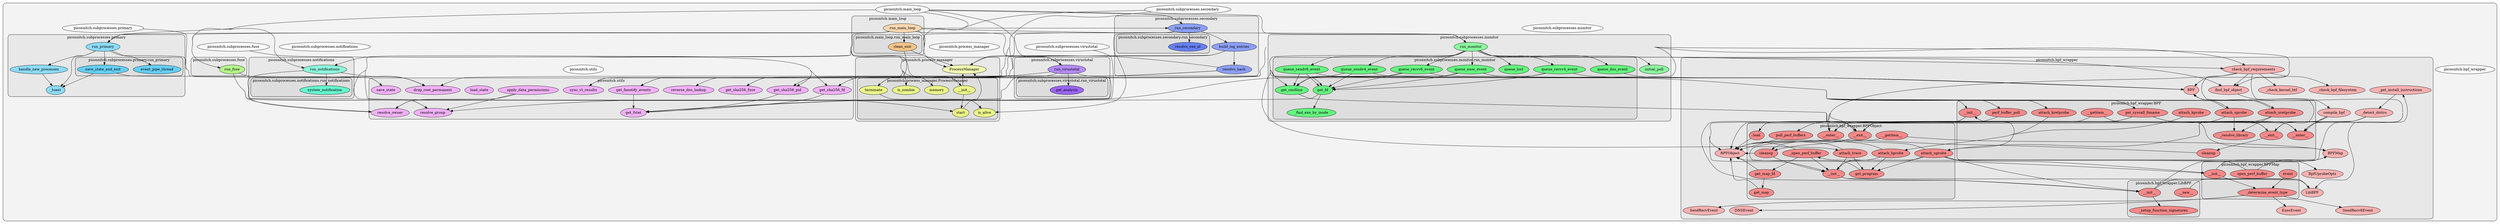
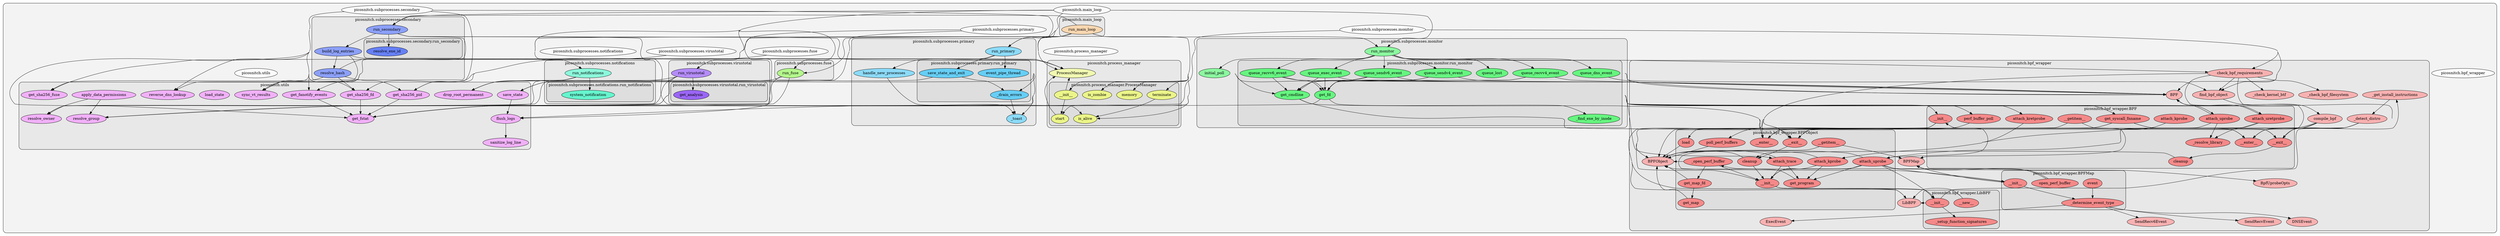
digraph G {
    graph [rankdir=TB, ranksep=0.5, layout=dot, concentrate=true, clusterrank="local"];
    subgraph "cluster_G" {

        graph [style="filled,rounded", fillcolor="#80808018", label=""];
        "picosnitch__bpf_wrapper" [label="picosnitch.bpf_wrapper", style="filled", fillcolor="#ffffffb2", fontcolor="#000000", group="0"];
        "picosnitch__main_loop" [label="picosnitch.main_loop", style="filled", fillcolor="#ffffffb2", fontcolor="#000000", group="1"];
        "picosnitch__process_manager" [label="picosnitch.process_manager", style="filled", fillcolor="#ffffffb2", fontcolor="#000000", group="2"];
        "picosnitch__subprocesses__fuse" [label="picosnitch.subprocesses.fuse", style="filled", fillcolor="#ffffffb2", fontcolor="#000000", group="3"];
        "picosnitch__subprocesses__monitor" [label="picosnitch.subprocesses.monitor", style="filled", fillcolor="#ffffffb2", fontcolor="#000000", group="4"];
        "picosnitch__subprocesses__notifications" [label="picosnitch.subprocesses.notifications", style="filled", fillcolor="#ffffffb2", fontcolor="#000000", group="5"];
        "picosnitch__subprocesses__primary" [label="picosnitch.subprocesses.primary", style="filled", fillcolor="#ffffffb2", fontcolor="#000000", group="6"];
        "picosnitch__subprocesses__secondary" [label="picosnitch.subprocesses.secondary", style="filled", fillcolor="#ffffffb2", fontcolor="#000000", group="7"];
        "picosnitch__subprocesses__virustotal" [label="picosnitch.subprocesses.virustotal", style="filled", fillcolor="#ffffffb2", fontcolor="#000000", group="8"];
        "picosnitch__utils" [label="picosnitch.utils", style="filled", fillcolor="#ffffffb2", fontcolor="#000000", group="9"];
        subgraph "cluster_picosnitch__bpf_wrapper" {

            graph [style="filled,rounded", fillcolor="#80808018", label="picosnitch.bpf_wrapper"];
            "picosnitch__bpf_wrapper__BPF" [label="BPF", style="filled", fillcolor="#ff9999b2", fontcolor="#000000", group="0"];
            "picosnitch__bpf_wrapper__BPFMap" [label="BPFMap", style="filled", fillcolor="#ff9999b2", fontcolor="#000000", group="0"];
            "picosnitch__bpf_wrapper__BPFObject" [label="BPFObject", style="filled", fillcolor="#ff9999b2", fontcolor="#000000", group="0"];
            "picosnitch__bpf_wrapper__BpfUprobeOpts" [label="BpfUprobeOpts", style="filled", fillcolor="#ff9999b2", fontcolor="#000000", group="0"];
            "picosnitch__bpf_wrapper__DNSEvent" [label="DNSEvent", style="filled", fillcolor="#ff9999b2", fontcolor="#000000", group="0"];
            "picosnitch__bpf_wrapper__ExecEvent" [label="ExecEvent", style="filled", fillcolor="#ff9999b2", fontcolor="#000000", group="0"];
            "picosnitch__bpf_wrapper__LibBPF" [label="LibBPF", style="filled", fillcolor="#ff9999b2", fontcolor="#000000", group="0"];
            "picosnitch__bpf_wrapper__SendRecv6Event" [label="SendRecv6Event", style="filled", fillcolor="#ff9999b2", fontcolor="#000000", group="0"];
            "picosnitch__bpf_wrapper__SendRecvEvent" [label="SendRecvEvent", style="filled", fillcolor="#ff9999b2", fontcolor="#000000", group="0"];
            "picosnitch__bpf_wrapper___check_bpf_filesystem" [label="_check_bpf_filesystem", style="filled", fillcolor="#ff9999b2", fontcolor="#000000", group="0"];
            "picosnitch__bpf_wrapper___check_kernel_btf" [label="_check_kernel_btf", style="filled", fillcolor="#ff9999b2", fontcolor="#000000", group="0"];
            "picosnitch__bpf_wrapper___detect_distro" [label="_detect_distro", style="filled", fillcolor="#ff9999b2", fontcolor="#000000", group="0"];
            "picosnitch__bpf_wrapper___get_install_instructions" [label="_get_install_instructions", style="filled", fillcolor="#ff9999b2", fontcolor="#000000", group="0"];
            "picosnitch__bpf_wrapper__check_bpf_requirements" [label="check_bpf_requirements", style="filled", fillcolor="#ff9999b2", fontcolor="#000000", group="0"];
            "picosnitch__bpf_wrapper__compile_bpf" [label="compile_bpf", style="filled", fillcolor="#ff9999b2", fontcolor="#000000", group="0"];
            "picosnitch__bpf_wrapper__find_bpf_object" [label="find_bpf_object", style="filled", fillcolor="#ff9999b2", fontcolor="#000000", group="0"];
            subgraph "cluster_picosnitch__bpf_wrapper__BPF" {

                graph [style="filled,rounded", fillcolor="#80808018", label="picosnitch.bpf_wrapper.BPF"];
                "picosnitch__bpf_wrapper__BPF____enter__" [label="__enter__", style="filled", fillcolor="#ff6565b2", fontcolor="#000000", group="0"];
                "picosnitch__bpf_wrapper__BPF____exit__" [label="__exit__", style="filled", fillcolor="#ff6565b2", fontcolor="#000000", group="0"];
                "picosnitch__bpf_wrapper__BPF____getitem__" [label="__getitem__", style="filled", fillcolor="#ff6565b2", fontcolor="#000000", group="0"];
                "picosnitch__bpf_wrapper__BPF____init__" [label="__init__", style="filled", fillcolor="#ff6565b2", fontcolor="#000000", group="0"];
                "picosnitch__bpf_wrapper__BPF___resolve_library" [label="_resolve_library", style="filled", fillcolor="#ff6565b2", fontcolor="#000000", group="0"];
                "picosnitch__bpf_wrapper__BPF__attach_kprobe" [label="attach_kprobe", style="filled", fillcolor="#ff6565b2", fontcolor="#000000", group="0"];
                "picosnitch__bpf_wrapper__BPF__attach_kretprobe" [label="attach_kretprobe", style="filled", fillcolor="#ff6565b2", fontcolor="#000000", group="0"];
                "picosnitch__bpf_wrapper__BPF__attach_uprobe" [label="attach_uprobe", style="filled", fillcolor="#ff6565b2", fontcolor="#000000", group="0"];
                "picosnitch__bpf_wrapper__BPF__attach_uretprobe" [label="attach_uretprobe", style="filled", fillcolor="#ff6565b2", fontcolor="#000000", group="0"];
                "picosnitch__bpf_wrapper__BPF__cleanup" [label="cleanup", style="filled", fillcolor="#ff6565b2", fontcolor="#000000", group="0"];
                "picosnitch__bpf_wrapper__BPF__get_syscall_fnname" [label="get_syscall_fnname", style="filled", fillcolor="#ff6565b2", fontcolor="#000000", group="0"];
                "picosnitch__bpf_wrapper__BPF__perf_buffer_poll" [label="perf_buffer_poll", style="filled", fillcolor="#ff6565b2", fontcolor="#000000", group="0"];
            }
            subgraph "cluster_picosnitch__bpf_wrapper__BPFMap" {

                graph [style="filled,rounded", fillcolor="#80808018", label="picosnitch.bpf_wrapper.BPFMap"];
                "picosnitch__bpf_wrapper__BPFMap____init__" [label="__init__", style="filled", fillcolor="#ff6565b2", fontcolor="#000000", group="0"];
                "picosnitch__bpf_wrapper__BPFMap___determine_event_type" [label="_determine_event_type", style="filled", fillcolor="#ff6565b2", fontcolor="#000000", group="0"];
                "picosnitch__bpf_wrapper__BPFMap__event" [label="event", style="filled", fillcolor="#ff6565b2", fontcolor="#000000", group="0"];
                "picosnitch__bpf_wrapper__BPFMap__open_perf_buffer" [label="open_perf_buffer", style="filled", fillcolor="#ff6565b2", fontcolor="#000000", group="0"];
            }
            subgraph "cluster_picosnitch__bpf_wrapper__BPFObject" {

                graph [style="filled,rounded", fillcolor="#80808018", label="picosnitch.bpf_wrapper.BPFObject"];
                "picosnitch__bpf_wrapper__BPFObject____enter__" [label="__enter__", style="filled", fillcolor="#ff6565b2", fontcolor="#000000", group="0"];
                "picosnitch__bpf_wrapper__BPFObject____exit__" [label="__exit__", style="filled", fillcolor="#ff6565b2", fontcolor="#000000", group="0"];
                "picosnitch__bpf_wrapper__BPFObject____getitem__" [label="__getitem__", style="filled", fillcolor="#ff6565b2", fontcolor="#000000", group="0"];
                "picosnitch__bpf_wrapper__BPFObject____init__" [label="__init__", style="filled", fillcolor="#ff6565b2", fontcolor="#000000", group="0"];
                "picosnitch__bpf_wrapper__BPFObject___open_perf_buffer" [label="_open_perf_buffer", style="filled", fillcolor="#ff6565b2", fontcolor="#000000", group="0"];
                "picosnitch__bpf_wrapper__BPFObject__attach_kprobe" [label="attach_kprobe", style="filled", fillcolor="#ff6565b2", fontcolor="#000000", group="0"];
                "picosnitch__bpf_wrapper__BPFObject__attach_trace" [label="attach_trace", style="filled", fillcolor="#ff6565b2", fontcolor="#000000", group="0"];
                "picosnitch__bpf_wrapper__BPFObject__attach_uprobe" [label="attach_uprobe", style="filled", fillcolor="#ff6565b2", fontcolor="#000000", group="0"];
                "picosnitch__bpf_wrapper__BPFObject__cleanup" [label="cleanup", style="filled", fillcolor="#ff6565b2", fontcolor="#000000", group="0"];
                "picosnitch__bpf_wrapper__BPFObject__get_map" [label="get_map", style="filled", fillcolor="#ff6565b2", fontcolor="#000000", group="0"];
                "picosnitch__bpf_wrapper__BPFObject__get_map_fd" [label="get_map_fd", style="filled", fillcolor="#ff6565b2", fontcolor="#000000", group="0"];
                "picosnitch__bpf_wrapper__BPFObject__get_program" [label="get_program", style="filled", fillcolor="#ff6565b2", fontcolor="#000000", group="0"];
                "picosnitch__bpf_wrapper__BPFObject__load" [label="load", style="filled", fillcolor="#ff6565b2", fontcolor="#000000", group="0"];
                "picosnitch__bpf_wrapper__BPFObject__poll_perf_buffers" [label="poll_perf_buffers", style="filled", fillcolor="#ff6565b2", fontcolor="#000000", group="0"];
            }
            subgraph "cluster_picosnitch__bpf_wrapper__LibBPF" {

                graph [style="filled,rounded", fillcolor="#80808018", label="picosnitch.bpf_wrapper.LibBPF"];
                "picosnitch__bpf_wrapper__LibBPF____init__" [label="__init__", style="filled", fillcolor="#ff6565b2", fontcolor="#000000", group="0"];
                "picosnitch__bpf_wrapper__LibBPF____new__" [label="__new__", style="filled", fillcolor="#ff6565b2", fontcolor="#000000", group="0"];
                "picosnitch__bpf_wrapper__LibBPF___setup_function_signatures" [label="_setup_function_signatures", style="filled", fillcolor="#ff6565b2", fontcolor="#000000", group="0"];
            }
        }
        subgraph "cluster_picosnitch__main_loop" {

            graph [style="filled,rounded", fillcolor="#80808018", label="picosnitch.main_loop"];
            "picosnitch__main_loop__run_main_loop" [label="run_main_loop", style="filled", fillcolor="#ffd099b2", fontcolor="#000000", group="1"];
-             subgraph "cluster_picosnitch__main_loop__run_main_loop" {
- 
-                 graph [style="filled,rounded", fillcolor="#80808018", label="picosnitch.main_loop.run_main_loop"];
-                 "picosnitch__main_loop__run_main_loop__clean_exit" [label="clean_exit", style="filled", fillcolor="#ffb965b2", fontcolor="#000000", group="1"];
-             }
        }
        subgraph "cluster_picosnitch__process_manager" {

            graph [style="filled,rounded", fillcolor="#80808018", label="picosnitch.process_manager"];
            "picosnitch__process_manager__ProcessManager" [label="ProcessManager", style="filled", fillcolor="#f5ff99b2", fontcolor="#000000", group="2"];
            subgraph "cluster_picosnitch__process_manager__ProcessManager" {

                graph [style="filled,rounded", fillcolor="#80808018", label="picosnitch.process_manager.ProcessManager"];
                "picosnitch__process_manager__ProcessManager____init__" [label="__init__", style="filled", fillcolor="#f1ff65b2", fontcolor="#000000", group="2"];
                "picosnitch__process_manager__ProcessManager__is_alive" [label="is_alive", style="filled", fillcolor="#f1ff65b2", fontcolor="#000000", group="2"];
                "picosnitch__process_manager__ProcessManager__is_zombie" [label="is_zombie", style="filled", fillcolor="#f1ff65b2", fontcolor="#000000", group="2"];
                "picosnitch__process_manager__ProcessManager__memory" [label="memory", style="filled", fillcolor="#f1ff65b2", fontcolor="#000000", group="2"];
                "picosnitch__process_manager__ProcessManager__start" [label="start", style="filled", fillcolor="#f1ff65b2", fontcolor="#000000", group="2"];
                "picosnitch__process_manager__ProcessManager__terminate" [label="terminate", style="filled", fillcolor="#f1ff65b2", fontcolor="#000000", group="2"];
            }
        }
        subgraph "cluster_picosnitch__subprocesses__fuse" {

            graph [style="filled,rounded", fillcolor="#80808018", label="picosnitch.subprocesses.fuse"];
            "picosnitch__subprocesses__fuse__run_fuse" [label="run_fuse", style="filled", fillcolor="#9dff65b2", fontcolor="#000000", group="3"];
        }
        subgraph "cluster_picosnitch__subprocesses__monitor" {

            graph [style="filled,rounded", fillcolor="#80808018", label="picosnitch.subprocesses.monitor"];
            "picosnitch__subprocesses__monitor__initial_poll" [label="initial_poll", style="filled", fillcolor="#65ff81b2", fontcolor="#000000", group="4"];
            "picosnitch__subprocesses__monitor__run_monitor" [label="run_monitor", style="filled", fillcolor="#65ff81b2", fontcolor="#000000", group="4"];
            subgraph "cluster_picosnitch__subprocesses__monitor__run_monitor" {

                graph [style="filled,rounded", fillcolor="#80808018", label="picosnitch.subprocesses.monitor.run_monitor"];
                "picosnitch__subprocesses__monitor__run_monitor___find_exe_by_inodeX" [label="_find_exe_by_inode", style="filled", fillcolor="#32ff58b2", fontcolor="#000000", group="4"];
                "picosnitch__subprocesses__monitor__run_monitor__get_cmdline" [label="get_cmdline", style="filled", fillcolor="#32ff58b2", fontcolor="#000000", group="4"];
                "picosnitch__subprocesses__monitor__run_monitor__get_fd" [label="get_fd", style="filled", fillcolor="#32ff58b2", fontcolor="#000000", group="4"];
                "picosnitch__subprocesses__monitor__run_monitor__queue_dns_event" [label="queue_dns_event", style="filled", fillcolor="#32ff58b2", fontcolor="#000000", group="4"];
                "picosnitch__subprocesses__monitor__run_monitor__queue_exec_event" [label="queue_exec_event", style="filled", fillcolor="#32ff58b2", fontcolor="#000000", group="4"];
                "picosnitch__subprocesses__monitor__run_monitor__queue_lost" [label="queue_lost", style="filled", fillcolor="#32ff58b2", fontcolor="#000000", group="4"];
                "picosnitch__subprocesses__monitor__run_monitor__queue_recvv4_event" [label="queue_recvv4_event", style="filled", fillcolor="#32ff58b2", fontcolor="#000000", group="4"];
                "picosnitch__subprocesses__monitor__run_monitor__queue_recvv6_event" [label="queue_recvv6_event", style="filled", fillcolor="#32ff58b2", fontcolor="#000000", group="4"];
                "picosnitch__subprocesses__monitor__run_monitor__queue_sendv4_event" [label="queue_sendv4_event", style="filled", fillcolor="#32ff58b2", fontcolor="#000000", group="4"];
                "picosnitch__subprocesses__monitor__run_monitor__queue_sendv6_event" [label="queue_sendv6_event", style="filled", fillcolor="#32ff58b2", fontcolor="#000000", group="4"];
            }
        }
        subgraph "cluster_picosnitch__subprocesses__notifications" {

            graph [style="filled,rounded", fillcolor="#80808018", label="picosnitch.subprocesses.notifications"];
            "picosnitch__subprocesses__notifications__run_notifications" [label="run_notifications", style="filled", fillcolor="#65ffd5b2", fontcolor="#000000", group="5"];
            subgraph "cluster_picosnitch__subprocesses__notifications__run_notifications" {

                graph [style="filled,rounded", fillcolor="#80808018", label="picosnitch.subprocesses.notifications.run_notifications"];
                "picosnitch__subprocesses__notifications__run_notifications__system_notification" [label="system_notification", style="filled", fillcolor="#32ffc7b2", fontcolor="#000000", group="5"];
            }
        }
        subgraph "cluster_picosnitch__subprocesses__primary" {

            graph [style="filled,rounded", fillcolor="#80808018", label="picosnitch.subprocesses.primary"];
            "picosnitch__subprocesses__primary___toast" [label="_toast", style="filled", fillcolor="#65d5ffb2", fontcolor="#000000", group="6"];
            "picosnitch__subprocesses__primary__handle_new_processes" [label="handle_new_processes", style="filled", fillcolor="#65d5ffb2", fontcolor="#000000", group="6"];
            "picosnitch__subprocesses__primary__run_primary" [label="run_primary", style="filled", fillcolor="#65d5ffb2", fontcolor="#000000", group="6"];
            subgraph "cluster_picosnitch__subprocesses__primary__run_primary" {

                graph [style="filled,rounded", fillcolor="#80808018", label="picosnitch.subprocesses.primary.run_primary"];
+                 "picosnitch__subprocesses__primary__run_primary___drain_errors" [label="_drain_errors", style="filled", fillcolor="#32c7ffb2", fontcolor="#000000", group="6"];
                "picosnitch__subprocesses__primary__run_primary__event_pipe_thread" [label="event_pipe_thread", style="filled", fillcolor="#32c7ffb2", fontcolor="#000000", group="6"];
                "picosnitch__subprocesses__primary__run_primary__save_state_and_exit" [label="save_state_and_exit", style="filled", fillcolor="#32c7ffb2", fontcolor="#000000", group="6"];
            }
        }
        subgraph "cluster_picosnitch__subprocesses__secondary" {

            graph [style="filled,rounded", fillcolor="#80808018", label="picosnitch.subprocesses.secondary"];
            "picosnitch__subprocesses__secondary__build_log_entries" [label="build_log_entries", style="filled", fillcolor="#6581ffb2", fontcolor="#000000", group="7"];
            "picosnitch__subprocesses__secondary__resolve_hash" [label="resolve_hash", style="filled", fillcolor="#6581ffb2", fontcolor="#000000", group="7"];
            "picosnitch__subprocesses__secondary__run_secondary" [label="run_secondary", style="filled", fillcolor="#6581ffb2", fontcolor="#000000", group="7"];
            subgraph "cluster_picosnitch__subprocesses__secondary__run_secondary" {

                graph [style="filled,rounded", fillcolor="#80808018", label="picosnitch.subprocesses.secondary.run_secondary"];
                "picosnitch__subprocesses__secondary__run_secondary__resolve_exe_id" [label="resolve_exe_id", style="filled", fillcolor="#3258ffb2", fontcolor="#000000", group="7"];
            }
        }
        subgraph "cluster_picosnitch__subprocesses__virustotal" {

            graph [style="filled,rounded", fillcolor="#80808018", label="picosnitch.subprocesses.virustotal"];
            "picosnitch__subprocesses__virustotal__run_virustotal" [label="run_virustotal", style="filled", fillcolor="#9d65ffb2", fontcolor="#000000", group="8"];
            subgraph "cluster_picosnitch__subprocesses__virustotal__run_virustotal" {

                graph [style="filled,rounded", fillcolor="#80808018", label="picosnitch.subprocesses.virustotal.run_virustotal"];
                "picosnitch__subprocesses__virustotal__run_virustotal__get_analysis" [label="get_analysis", style="filled", fillcolor="#7d32ffb2", fontcolor="#000000", group="8"];
            }
        }
        subgraph "cluster_picosnitch__utils" {

            graph [style="filled,rounded", fillcolor="#80808018", label="picosnitch.utils"];
            "picosnitch__utils__apply_data_permissions" [label="apply_data_permissions", style="filled", fillcolor="#f599ffb2", fontcolor="#000000", group="9"];
            "picosnitch__utils__drop_root_permanent" [label="drop_root_permanent", style="filled", fillcolor="#f599ffb2", fontcolor="#000000", group="9"];
+             "picosnitch__utils__flush_logs" [label="flush_logs", style="filled", fillcolor="#f599ffb2", fontcolor="#000000", group="9"];
            "picosnitch__utils__get_fanotify_events" [label="get_fanotify_events", style="filled", fillcolor="#f599ffb2", fontcolor="#000000", group="9"];
            "picosnitch__utils__get_fstat" [label="get_fstat", style="filled", fillcolor="#f599ffb2", fontcolor="#000000", group="9"];
            "picosnitch__utils__get_sha256_fd" [label="get_sha256_fd", style="filled", fillcolor="#f599ffb2", fontcolor="#000000", group="9"];
            "picosnitch__utils__get_sha256_fuse" [label="get_sha256_fuse", style="filled", fillcolor="#f599ffb2", fontcolor="#000000", group="9"];
            "picosnitch__utils__get_sha256_pid" [label="get_sha256_pid", style="filled", fillcolor="#f599ffb2", fontcolor="#000000", group="9"];
            "picosnitch__utils__load_state" [label="load_state", style="filled", fillcolor="#f599ffb2", fontcolor="#000000", group="9"];
            "picosnitch__utils__resolve_group" [label="resolve_group", style="filled", fillcolor="#f599ffb2", fontcolor="#000000", group="9"];
            "picosnitch__utils__resolve_owner" [label="resolve_owner", style="filled", fillcolor="#f599ffb2", fontcolor="#000000", group="9"];
            "picosnitch__utils__reverse_dns_lookup" [label="reverse_dns_lookup", style="filled", fillcolor="#f599ffb2", fontcolor="#000000", group="9"];
+             "picosnitch__utils__sanitize_log_line" [label="sanitize_log_line", style="filled", fillcolor="#f599ffb2", fontcolor="#000000", group="9"];
            "picosnitch__utils__save_state" [label="save_state", style="filled", fillcolor="#f599ffb2", fontcolor="#000000", group="9"];
            "picosnitch__utils__sync_vt_results" [label="sync_vt_results", style="filled", fillcolor="#f599ffb2", fontcolor="#000000", group="9"];
        }
    }
        "picosnitch__bpf_wrapper" -> "picosnitch__bpf_wrapper__BPF" [style="dashed",  color="#ffffff00"];
        "picosnitch__bpf_wrapper" -> "picosnitch__bpf_wrapper__BPFMap" [style="dashed",  color="#ffffff00"];
        "picosnitch__bpf_wrapper" -> "picosnitch__bpf_wrapper__BPFObject" [style="dashed",  color="#ffffff00"];
        "picosnitch__bpf_wrapper" -> "picosnitch__bpf_wrapper__BpfUprobeOpts" [style="dashed",  color="#ffffff00"];
        "picosnitch__bpf_wrapper" -> "picosnitch__bpf_wrapper__DNSEvent" [style="dashed",  color="#ffffff00"];
        "picosnitch__bpf_wrapper" -> "picosnitch__bpf_wrapper__ExecEvent" [style="dashed",  color="#ffffff00"];
        "picosnitch__bpf_wrapper" -> "picosnitch__bpf_wrapper__LibBPF" [style="dashed",  color="#ffffff00"];
        "picosnitch__bpf_wrapper" -> "picosnitch__bpf_wrapper__SendRecv6Event" [style="dashed",  color="#ffffff00"];
        "picosnitch__bpf_wrapper" -> "picosnitch__bpf_wrapper__SendRecvEvent" [style="dashed",  color="#ffffff00"];
        "picosnitch__bpf_wrapper" -> "picosnitch__bpf_wrapper___check_bpf_filesystem" [style="dashed",  color="#ffffff00"];
        "picosnitch__bpf_wrapper" -> "picosnitch__bpf_wrapper___check_kernel_btf" [style="dashed",  color="#ffffff00"];
        "picosnitch__bpf_wrapper" -> "picosnitch__bpf_wrapper___detect_distro" [style="dashed",  color="#ffffff00"];
        "picosnitch__bpf_wrapper" -> "picosnitch__bpf_wrapper___get_install_instructions" [style="dashed",  color="#ffffff00"];
        "picosnitch__bpf_wrapper" -> "picosnitch__bpf_wrapper__check_bpf_requirements" [style="dashed",  color="#ffffff00"];
        "picosnitch__bpf_wrapper" -> "picosnitch__bpf_wrapper__compile_bpf" [style="dashed",  color="#ffffff00"];
        "picosnitch__bpf_wrapper" -> "picosnitch__bpf_wrapper__find_bpf_object" [style="dashed",  color="#ffffff00"];
        "picosnitch__bpf_wrapper__BPF" -> "picosnitch__bpf_wrapper__BPF____enter__" [style="dashed",  color="#ffffff00"];
        "picosnitch__bpf_wrapper__BPF" -> "picosnitch__bpf_wrapper__BPF____exit__" [style="dashed",  color="#ffffff00"];
        "picosnitch__bpf_wrapper__BPF" -> "picosnitch__bpf_wrapper__BPF____getitem__" [style="dashed",  color="#ffffff00"];
        "picosnitch__bpf_wrapper__BPF" -> "picosnitch__bpf_wrapper__BPF____init__" [style="dashed",  color="#ffffff00"];
        "picosnitch__bpf_wrapper__BPF" -> "picosnitch__bpf_wrapper__BPF___resolve_library" [style="dashed",  color="#ffffff00"];
        "picosnitch__bpf_wrapper__BPF" -> "picosnitch__bpf_wrapper__BPF__attach_kprobe" [style="dashed",  color="#ffffff00"];
        "picosnitch__bpf_wrapper__BPF" -> "picosnitch__bpf_wrapper__BPF__attach_kretprobe" [style="dashed",  color="#ffffff00"];
        "picosnitch__bpf_wrapper__BPF" -> "picosnitch__bpf_wrapper__BPF__attach_uprobe" [style="dashed",  color="#ffffff00"];
        "picosnitch__bpf_wrapper__BPF" -> "picosnitch__bpf_wrapper__BPF__attach_uretprobe" [style="dashed",  color="#ffffff00"];
        "picosnitch__bpf_wrapper__BPF" -> "picosnitch__bpf_wrapper__BPF__cleanup" [style="dashed",  color="#ffffff00"];
        "picosnitch__bpf_wrapper__BPF" -> "picosnitch__bpf_wrapper__BPF__get_syscall_fnname" [style="dashed",  color="#ffffff00"];
        "picosnitch__bpf_wrapper__BPF" -> "picosnitch__bpf_wrapper__BPF__perf_buffer_poll" [style="dashed",  color="#ffffff00"];
        "picosnitch__bpf_wrapper__BPFMap" -> "picosnitch__bpf_wrapper__BPFMap____init__" [style="dashed",  color="#ffffff00"];
        "picosnitch__bpf_wrapper__BPFMap" -> "picosnitch__bpf_wrapper__BPFMap___determine_event_type" [style="dashed",  color="#ffffff00"];
        "picosnitch__bpf_wrapper__BPFMap" -> "picosnitch__bpf_wrapper__BPFMap__event" [style="dashed",  color="#ffffff00"];
        "picosnitch__bpf_wrapper__BPFMap" -> "picosnitch__bpf_wrapper__BPFMap__open_perf_buffer" [style="dashed",  color="#ffffff00"];
        "picosnitch__bpf_wrapper__BPFMap____init__" -> "picosnitch__bpf_wrapper__BPFMap" [style="solid",  color="#000000"];
        "picosnitch__bpf_wrapper__BPFMap____init__" -> "picosnitch__bpf_wrapper__BPFMap___determine_event_type" [style="solid",  color="#000000"];
        "picosnitch__bpf_wrapper__BPFMap___determine_event_type" -> "picosnitch__bpf_wrapper__DNSEvent" [style="solid",  color="#000000"];
        "picosnitch__bpf_wrapper__BPFMap___determine_event_type" -> "picosnitch__bpf_wrapper__ExecEvent" [style="solid",  color="#000000"];
        "picosnitch__bpf_wrapper__BPFMap___determine_event_type" -> "picosnitch__bpf_wrapper__SendRecv6Event" [style="solid",  color="#000000"];
        "picosnitch__bpf_wrapper__BPFMap___determine_event_type" -> "picosnitch__bpf_wrapper__SendRecvEvent" [style="solid",  color="#000000"];
        "picosnitch__bpf_wrapper__BPFMap__event" -> "picosnitch__bpf_wrapper__BPFMap___determine_event_type" [style="solid",  color="#000000"];
        "picosnitch__bpf_wrapper__BPFMap__open_perf_buffer" -> "picosnitch__bpf_wrapper__BPFMap" [style="solid",  color="#000000"];
        "picosnitch__bpf_wrapper__BPFMap__open_perf_buffer" -> "picosnitch__bpf_wrapper__BPFObject___open_perf_buffer" [style="solid",  color="#000000"];
        "picosnitch__bpf_wrapper__BPFObject" -> "picosnitch__bpf_wrapper__BPFObject____enter__" [style="dashed",  color="#ffffff00"];
        "picosnitch__bpf_wrapper__BPFObject" -> "picosnitch__bpf_wrapper__BPFObject____exit__" [style="dashed",  color="#ffffff00"];
        "picosnitch__bpf_wrapper__BPFObject" -> "picosnitch__bpf_wrapper__BPFObject____getitem__" [style="dashed",  color="#ffffff00"];
        "picosnitch__bpf_wrapper__BPFObject" -> "picosnitch__bpf_wrapper__BPFObject____init__" [style="dashed",  color="#ffffff00"];
        "picosnitch__bpf_wrapper__BPFObject" -> "picosnitch__bpf_wrapper__BPFObject___open_perf_buffer" [style="dashed",  color="#ffffff00"];
        "picosnitch__bpf_wrapper__BPFObject" -> "picosnitch__bpf_wrapper__BPFObject__attach_kprobe" [style="dashed",  color="#ffffff00"];
        "picosnitch__bpf_wrapper__BPFObject" -> "picosnitch__bpf_wrapper__BPFObject__attach_trace" [style="dashed",  color="#ffffff00"];
        "picosnitch__bpf_wrapper__BPFObject" -> "picosnitch__bpf_wrapper__BPFObject__attach_uprobe" [style="dashed",  color="#ffffff00"];
        "picosnitch__bpf_wrapper__BPFObject" -> "picosnitch__bpf_wrapper__BPFObject__cleanup" [style="dashed",  color="#ffffff00"];
        "picosnitch__bpf_wrapper__BPFObject" -> "picosnitch__bpf_wrapper__BPFObject__get_map" [style="dashed",  color="#ffffff00"];
        "picosnitch__bpf_wrapper__BPFObject" -> "picosnitch__bpf_wrapper__BPFObject__get_map_fd" [style="dashed",  color="#ffffff00"];
        "picosnitch__bpf_wrapper__BPFObject" -> "picosnitch__bpf_wrapper__BPFObject__get_program" [style="dashed",  color="#ffffff00"];
        "picosnitch__bpf_wrapper__BPFObject" -> "picosnitch__bpf_wrapper__BPFObject__load" [style="dashed",  color="#ffffff00"];
        "picosnitch__bpf_wrapper__BPFObject" -> "picosnitch__bpf_wrapper__BPFObject__poll_perf_buffers" [style="dashed",  color="#ffffff00"];
        "picosnitch__bpf_wrapper__BPFObject____exit__" -> "picosnitch__bpf_wrapper__BPFObject__cleanup" [style="solid",  color="#000000"];
        "picosnitch__bpf_wrapper__BPFObject____getitem__" -> "picosnitch__bpf_wrapper__BPFMap" [style="solid",  color="#000000"];
        "picosnitch__bpf_wrapper__BPFObject____getitem__" -> "picosnitch__bpf_wrapper__BPFMap____init__" [style="solid",  color="#000000"];
        "picosnitch__bpf_wrapper__BPFObject____init__" -> "picosnitch__bpf_wrapper__LibBPF" [style="solid",  color="#000000"];
        "picosnitch__bpf_wrapper__BPFObject____init__" -> "picosnitch__bpf_wrapper__LibBPF____init__" [style="solid",  color="#000000"];
        "picosnitch__bpf_wrapper__BPFObject___open_perf_buffer" -> "picosnitch__bpf_wrapper__BPFObject" [style="solid",  color="#000000"];
        "picosnitch__bpf_wrapper__BPFObject___open_perf_buffer" -> "picosnitch__bpf_wrapper__BPFObject____init__" [style="solid",  color="#000000"];
        "picosnitch__bpf_wrapper__BPFObject___open_perf_buffer" -> "picosnitch__bpf_wrapper__BPFObject__get_map_fd" [style="solid",  color="#000000"];
        "picosnitch__bpf_wrapper__BPFObject__attach_kprobe" -> "picosnitch__bpf_wrapper__BPFObject" [style="solid",  color="#000000"];
        "picosnitch__bpf_wrapper__BPFObject__attach_kprobe" -> "picosnitch__bpf_wrapper__BPFObject____init__" [style="solid",  color="#000000"];
        "picosnitch__bpf_wrapper__BPFObject__attach_kprobe" -> "picosnitch__bpf_wrapper__BPFObject__get_program" [style="solid",  color="#000000"];
        "picosnitch__bpf_wrapper__BPFObject__attach_trace" -> "picosnitch__bpf_wrapper__BPFObject" [style="solid",  color="#000000"];
        "picosnitch__bpf_wrapper__BPFObject__attach_trace" -> "picosnitch__bpf_wrapper__BPFObject____init__" [style="solid",  color="#000000"];
        "picosnitch__bpf_wrapper__BPFObject__attach_trace" -> "picosnitch__bpf_wrapper__BPFObject__get_program" [style="solid",  color="#000000"];
        "picosnitch__bpf_wrapper__BPFObject__attach_uprobe" -> "picosnitch__bpf_wrapper__BPFMap____init__" [style="solid",  color="#000000"];
        "picosnitch__bpf_wrapper__BPFObject__attach_uprobe" -> "picosnitch__bpf_wrapper__BPFObject" [style="solid",  color="#000000"];
        "picosnitch__bpf_wrapper__BPFObject__attach_uprobe" -> "picosnitch__bpf_wrapper__BPFObject____init__" [style="solid",  color="#000000"];
        "picosnitch__bpf_wrapper__BPFObject__attach_uprobe" -> "picosnitch__bpf_wrapper__BPFObject__get_program" [style="solid",  color="#000000"];
        "picosnitch__bpf_wrapper__BPFObject__attach_uprobe" -> "picosnitch__bpf_wrapper__BPF____init__" [style="solid",  color="#000000"];
        "picosnitch__bpf_wrapper__BPFObject__attach_uprobe" -> "picosnitch__bpf_wrapper__BpfUprobeOpts" [style="solid",  color="#000000"];
        "picosnitch__bpf_wrapper__BPFObject__attach_uprobe" -> "picosnitch__bpf_wrapper__LibBPF____init__" [style="solid",  color="#000000"];
        "picosnitch__bpf_wrapper__BPFObject__cleanup" -> "picosnitch__bpf_wrapper__BPFObject" [style="solid",  color="#000000"];
        "picosnitch__bpf_wrapper__BPFObject__cleanup" -> "picosnitch__bpf_wrapper__BPFObject____init__" [style="solid",  color="#000000"];
        "picosnitch__bpf_wrapper__BPFObject__get_map" -> "picosnitch__bpf_wrapper__BPFObject" [style="solid",  color="#000000"];
        "picosnitch__bpf_wrapper__BPFObject__get_map_fd" -> "picosnitch__bpf_wrapper__BPFObject" [style="solid",  color="#000000"];
        "picosnitch__bpf_wrapper__BPFObject__get_map_fd" -> "picosnitch__bpf_wrapper__BPFObject__get_map" [style="solid",  color="#000000"];
        "picosnitch__bpf_wrapper__BPFObject__get_program" -> "picosnitch__bpf_wrapper__BPFObject" [style="solid",  color="#000000"];
        "picosnitch__bpf_wrapper__BPFObject__load" -> "picosnitch__bpf_wrapper__BPFObject" [style="solid",  color="#000000"];
        "picosnitch__bpf_wrapper__BPFObject__poll_perf_buffers" -> "picosnitch__bpf_wrapper__BPFObject" [style="solid",  color="#000000"];
        "picosnitch__bpf_wrapper__BPF____exit__" -> "picosnitch__bpf_wrapper__BPF__cleanup" [style="solid",  color="#000000"];
        "picosnitch__bpf_wrapper__BPF____getitem__" -> "picosnitch__bpf_wrapper__BPFMap" [style="solid",  color="#000000"];
        "picosnitch__bpf_wrapper__BPF____getitem__" -> "picosnitch__bpf_wrapper__BPFObject" [style="solid",  color="#000000"];
        "picosnitch__bpf_wrapper__BPF____init__" -> "picosnitch__bpf_wrapper__BPFObject" [style="solid",  color="#000000"];
        "picosnitch__bpf_wrapper__BPF____init__" -> "picosnitch__bpf_wrapper__BPFObject____init__" [style="solid",  color="#000000"];
        "picosnitch__bpf_wrapper__BPF____init__" -> "picosnitch__bpf_wrapper__BPFObject__load" [style="solid",  color="#000000"];
        "picosnitch__bpf_wrapper__BPF__attach_kprobe" -> "picosnitch__bpf_wrapper__BPFObject__attach_kprobe" [style="solid",  color="#000000"];
        "picosnitch__bpf_wrapper__BPF__attach_kretprobe" -> "picosnitch__bpf_wrapper__BPFObject__attach_kprobe" [style="solid",  color="#000000"];
        "picosnitch__bpf_wrapper__BPF__attach_uprobe" -> "picosnitch__bpf_wrapper__BPF" [style="solid",  color="#000000"];
        "picosnitch__bpf_wrapper__BPF__attach_uprobe" -> "picosnitch__bpf_wrapper__BPFObject__attach_uprobe" [style="solid",  color="#000000"];
        "picosnitch__bpf_wrapper__BPF__attach_uprobe" -> "picosnitch__bpf_wrapper__BPF___resolve_library" [style="solid",  color="#000000"];
        "picosnitch__bpf_wrapper__BPF__attach_uretprobe" -> "picosnitch__bpf_wrapper__BPF" [style="solid",  color="#000000"];
        "picosnitch__bpf_wrapper__BPF__attach_uretprobe" -> "picosnitch__bpf_wrapper__BPFObject__attach_uprobe" [style="solid",  color="#000000"];
        "picosnitch__bpf_wrapper__BPF__attach_uretprobe" -> "picosnitch__bpf_wrapper__BPF___resolve_library" [style="solid",  color="#000000"];
        "picosnitch__bpf_wrapper__BPF__cleanup" -> "picosnitch__bpf_wrapper__BPFObject__cleanup" [style="solid",  color="#000000"];
        "picosnitch__bpf_wrapper__BPF__get_syscall_fnname" -> "picosnitch__bpf_wrapper__BPFObject____enter__" [style="solid",  color="#000000"];
        "picosnitch__bpf_wrapper__BPF__get_syscall_fnname" -> "picosnitch__bpf_wrapper__BPFObject____exit__" [style="solid",  color="#000000"];
        "picosnitch__bpf_wrapper__BPF__get_syscall_fnname" -> "picosnitch__bpf_wrapper__BPF____enter__" [style="solid",  color="#000000"];
        "picosnitch__bpf_wrapper__BPF__get_syscall_fnname" -> "picosnitch__bpf_wrapper__BPF____exit__" [style="solid",  color="#000000"];
        "picosnitch__bpf_wrapper__BPF__perf_buffer_poll" -> "picosnitch__bpf_wrapper__BPFObject__poll_perf_buffers" [style="solid",  color="#000000"];
        "picosnitch__bpf_wrapper__LibBPF" -> "picosnitch__bpf_wrapper__LibBPF____init__" [style="dashed",  color="#ffffff00"];
        "picosnitch__bpf_wrapper__LibBPF" -> "picosnitch__bpf_wrapper__LibBPF____new__" [style="dashed",  color="#ffffff00"];
        "picosnitch__bpf_wrapper__LibBPF" -> "picosnitch__bpf_wrapper__LibBPF___setup_function_signatures" [style="dashed",  color="#ffffff00"];
        "picosnitch__bpf_wrapper__LibBPF____init__" -> "picosnitch__bpf_wrapper__LibBPF" [style="solid",  color="#000000"];
        "picosnitch__bpf_wrapper__LibBPF____init__" -> "picosnitch__bpf_wrapper__LibBPF___setup_function_signatures" [style="solid",  color="#000000"];
        "picosnitch__bpf_wrapper__LibBPF____init__" -> "picosnitch__bpf_wrapper___get_install_instructions" [style="solid",  color="#000000"];
        "picosnitch__bpf_wrapper__LibBPF____new__" -> "picosnitch__bpf_wrapper__LibBPF" [style="solid",  color="#000000"];
        "picosnitch__bpf_wrapper___detect_distro" -> "picosnitch__bpf_wrapper__BPFObject____enter__" [style="solid",  color="#000000"];
        "picosnitch__bpf_wrapper___detect_distro" -> "picosnitch__bpf_wrapper__BPFObject____exit__" [style="solid",  color="#000000"];
        "picosnitch__bpf_wrapper___detect_distro" -> "picosnitch__bpf_wrapper__BPF____enter__" [style="solid",  color="#000000"];
        "picosnitch__bpf_wrapper___detect_distro" -> "picosnitch__bpf_wrapper__BPF____exit__" [style="solid",  color="#000000"];
        "picosnitch__bpf_wrapper___get_install_instructions" -> "picosnitch__bpf_wrapper___detect_distro" [style="solid",  color="#000000"];
        "picosnitch__bpf_wrapper__check_bpf_requirements" -> "picosnitch__bpf_wrapper__BPFObject____enter__" [style="solid",  color="#000000"];
        "picosnitch__bpf_wrapper__check_bpf_requirements" -> "picosnitch__bpf_wrapper__BPFObject____exit__" [style="solid",  color="#000000"];
        "picosnitch__bpf_wrapper__check_bpf_requirements" -> "picosnitch__bpf_wrapper__BPF____enter__" [style="solid",  color="#000000"];
        "picosnitch__bpf_wrapper__check_bpf_requirements" -> "picosnitch__bpf_wrapper__BPF____exit__" [style="solid",  color="#000000"];
        "picosnitch__bpf_wrapper__check_bpf_requirements" -> "picosnitch__bpf_wrapper__LibBPF" [style="solid",  color="#000000"];
        "picosnitch__bpf_wrapper__check_bpf_requirements" -> "picosnitch__bpf_wrapper__LibBPF____init__" [style="solid",  color="#000000"];
        "picosnitch__bpf_wrapper__check_bpf_requirements" -> "picosnitch__bpf_wrapper___check_bpf_filesystem" [style="solid",  color="#000000"];
        "picosnitch__bpf_wrapper__check_bpf_requirements" -> "picosnitch__bpf_wrapper___check_kernel_btf" [style="solid",  color="#000000"];
        "picosnitch__bpf_wrapper__check_bpf_requirements" -> "picosnitch__bpf_wrapper__find_bpf_object" [style="solid",  color="#000000"];
        "picosnitch__bpf_wrapper__compile_bpf" -> "picosnitch__bpf_wrapper__BPFObject____enter__" [style="solid",  color="#000000"];
        "picosnitch__bpf_wrapper__compile_bpf" -> "picosnitch__bpf_wrapper__BPFObject____exit__" [style="solid",  color="#000000"];
        "picosnitch__bpf_wrapper__compile_bpf" -> "picosnitch__bpf_wrapper__BPF____enter__" [style="solid",  color="#000000"];
        "picosnitch__bpf_wrapper__compile_bpf" -> "picosnitch__bpf_wrapper__BPF____exit__" [style="solid",  color="#000000"];
        "picosnitch__bpf_wrapper__find_bpf_object" -> "picosnitch__bpf_wrapper__compile_bpf" [style="solid",  color="#000000"];
        "picosnitch__main_loop" -> "picosnitch__main_loop__run_main_loop" [style="dashed",  color="#ffffff00"];
        "picosnitch__main_loop" -> "picosnitch__process_manager__ProcessManager" [style="solid",  color="#000000"];
        "picosnitch__main_loop" -> "picosnitch__subprocesses__fuse__run_fuse" [style="solid",  color="#000000"];
        "picosnitch__main_loop" -> "picosnitch__subprocesses__monitor__run_monitor" [style="solid",  color="#000000"];
        "picosnitch__main_loop" -> "picosnitch__subprocesses__notifications__run_notifications" [style="solid",  color="#000000"];
        "picosnitch__main_loop" -> "picosnitch__subprocesses__primary__run_primary" [style="solid",  color="#000000"];
        "picosnitch__main_loop" -> "picosnitch__subprocesses__secondary__run_secondary" [style="solid",  color="#000000"];
        "picosnitch__main_loop" -> "picosnitch__subprocesses__virustotal__run_virustotal" [style="solid",  color="#000000"];
-         "picosnitch__main_loop__run_main_loop" -> "picosnitch__main_loop__run_main_loop__clean_exit" [style="dashed",  color="#ffffff00"];
-         "picosnitch__main_loop__run_main_loop" -> "picosnitch__main_loop__run_main_loop__clean_exit" [style="solid",  color="#000000"];
        "picosnitch__main_loop__run_main_loop" -> "picosnitch__process_manager__ProcessManager" [style="solid",  color="#000000"];
        "picosnitch__main_loop__run_main_loop" -> "picosnitch__process_manager__ProcessManager____init__" [style="solid",  color="#000000"];
        "picosnitch__main_loop__run_main_loop" -> "picosnitch__process_manager__ProcessManager__is_alive" [style="solid",  color="#000000"];
        "picosnitch__main_loop__run_main_loop" -> "picosnitch__process_manager__ProcessManager__is_zombie" [style="solid",  color="#000000"];
        "picosnitch__main_loop__run_main_loop" -> "picosnitch__process_manager__ProcessManager__memory" [style="solid",  color="#000000"];
        "picosnitch__main_loop__run_main_loop" -> "picosnitch__process_manager__ProcessManager__start" [style="solid",  color="#000000"];
        "picosnitch__main_loop__run_main_loop" -> "picosnitch__process_manager__ProcessManager__terminate" [style="solid",  color="#000000"];
        "picosnitch__main_loop__run_main_loop" -> "picosnitch__subprocesses__fuse__run_fuse" [style="solid",  color="#000000"];
        "picosnitch__main_loop__run_main_loop" -> "picosnitch__subprocesses__monitor__run_monitor" [style="solid",  color="#000000"];
        "picosnitch__main_loop__run_main_loop" -> "picosnitch__subprocesses__notifications__run_notifications" [style="solid",  color="#000000"];
        "picosnitch__main_loop__run_main_loop" -> "picosnitch__subprocesses__primary__run_primary" [style="solid",  color="#000000"];
        "picosnitch__main_loop__run_main_loop" -> "picosnitch__subprocesses__secondary__run_secondary" [style="solid",  color="#000000"];
        "picosnitch__main_loop__run_main_loop" -> "picosnitch__subprocesses__virustotal__run_virustotal" [style="solid",  color="#000000"];
-         "picosnitch__main_loop__run_main_loop__clean_exit" -> "picosnitch__process_manager__ProcessManager" [style="solid",  color="#000000"];
-         "picosnitch__main_loop__run_main_loop__clean_exit" -> "picosnitch__process_manager__ProcessManager__terminate" [style="solid",  color="#000000"];
        "picosnitch__process_manager" -> "picosnitch__process_manager__ProcessManager" [style="dashed",  color="#ffffff00"];
        "picosnitch__process_manager__ProcessManager" -> "picosnitch__process_manager__ProcessManager____init__" [style="dashed",  color="#ffffff00"];
        "picosnitch__process_manager__ProcessManager" -> "picosnitch__process_manager__ProcessManager__is_alive" [style="dashed",  color="#ffffff00"];
        "picosnitch__process_manager__ProcessManager" -> "picosnitch__process_manager__ProcessManager__is_zombie" [style="dashed",  color="#ffffff00"];
        "picosnitch__process_manager__ProcessManager" -> "picosnitch__process_manager__ProcessManager__memory" [style="dashed",  color="#ffffff00"];
        "picosnitch__process_manager__ProcessManager" -> "picosnitch__process_manager__ProcessManager__start" [style="dashed",  color="#ffffff00"];
        "picosnitch__process_manager__ProcessManager" -> "picosnitch__process_manager__ProcessManager__terminate" [style="dashed",  color="#ffffff00"];
        "picosnitch__process_manager__ProcessManager____init__" -> "picosnitch__process_manager__ProcessManager" [style="solid",  color="#000000"];
        "picosnitch__process_manager__ProcessManager____init__" -> "picosnitch__process_manager__ProcessManager__start" [style="solid",  color="#000000"];
        "picosnitch__process_manager__ProcessManager__start" -> "picosnitch__process_manager__ProcessManager" [style="solid",  color="#000000"];
        "picosnitch__process_manager__ProcessManager__terminate" -> "picosnitch__process_manager__ProcessManager__is_alive" [style="solid",  color="#000000"];
        "picosnitch__subprocesses__fuse" -> "picosnitch__subprocesses__fuse__run_fuse" [style="dashed",  color="#ffffff00"];
        "picosnitch__subprocesses__fuse" -> "picosnitch__utils__get_sha256_fd" [style="solid",  color="#000000"];
        "picosnitch__subprocesses__fuse" -> "picosnitch__utils__get_sha256_pid" [style="solid",  color="#000000"];
        "picosnitch__subprocesses__fuse__run_fuse" -> "picosnitch__utils__drop_root_permanent" [style="solid",  color="#000000"];
        "picosnitch__subprocesses__fuse__run_fuse" -> "picosnitch__utils__resolve_group" [style="solid",  color="#000000"];
        "picosnitch__subprocesses__fuse__run_fuse" -> "picosnitch__utils__resolve_owner" [style="solid",  color="#000000"];
        "picosnitch__subprocesses__monitor" -> "picosnitch__bpf_wrapper__BPF" [style="solid",  color="#000000"];
        "picosnitch__subprocesses__monitor" -> "picosnitch__bpf_wrapper__check_bpf_requirements" [style="solid",  color="#000000"];
        "picosnitch__subprocesses__monitor" -> "picosnitch__bpf_wrapper__find_bpf_object" [style="solid",  color="#000000"];
        "picosnitch__subprocesses__monitor" -> "picosnitch__subprocesses__monitor__initial_poll" [style="dashed",  color="#ffffff00"];
        "picosnitch__subprocesses__monitor" -> "picosnitch__subprocesses__monitor__run_monitor" [style="dashed",  color="#ffffff00"];
        "picosnitch__subprocesses__monitor" -> "picosnitch__utils__get_fstat" [style="solid",  color="#000000"];
        "picosnitch__subprocesses__monitor__run_monitor" -> "picosnitch__bpf_wrapper__BPF" [style="solid",  color="#000000"];
        "picosnitch__subprocesses__monitor__run_monitor" -> "picosnitch__bpf_wrapper__BPFObject__attach_trace" [style="solid",  color="#000000"];
        "picosnitch__subprocesses__monitor__run_monitor" -> "picosnitch__bpf_wrapper__BPF____init__" [style="solid",  color="#000000"];
        "picosnitch__subprocesses__monitor__run_monitor" -> "picosnitch__bpf_wrapper__BPF__attach_kretprobe" [style="solid",  color="#000000"];
        "picosnitch__subprocesses__monitor__run_monitor" -> "picosnitch__bpf_wrapper__BPF__attach_uprobe" [style="solid",  color="#000000"];
        "picosnitch__subprocesses__monitor__run_monitor" -> "picosnitch__bpf_wrapper__BPF__attach_uretprobe" [style="solid",  color="#000000"];
        "picosnitch__subprocesses__monitor__run_monitor" -> "picosnitch__bpf_wrapper__BPF__get_syscall_fnname" [style="solid",  color="#000000"];
        "picosnitch__subprocesses__monitor__run_monitor" -> "picosnitch__bpf_wrapper__BPF__perf_buffer_poll" [style="solid",  color="#000000"];
        "picosnitch__subprocesses__monitor__run_monitor" -> "picosnitch__bpf_wrapper__check_bpf_requirements" [style="solid",  color="#000000"];
        "picosnitch__subprocesses__monitor__run_monitor" -> "picosnitch__bpf_wrapper__find_bpf_object" [style="solid",  color="#000000"];
        "picosnitch__subprocesses__monitor__run_monitor" -> "picosnitch__subprocesses__monitor__initial_poll" [style="solid",  color="#000000"];
        "picosnitch__subprocesses__monitor__run_monitor" -> "picosnitch__subprocesses__monitor__run_monitor___find_exe_by_inodeX" [style="dashed",  color="#ffffff00"];
        "picosnitch__subprocesses__monitor__run_monitor" -> "picosnitch__subprocesses__monitor__run_monitor__get_cmdline" [style="dashed",  color="#ffffff00"];
        "picosnitch__subprocesses__monitor__run_monitor" -> "picosnitch__subprocesses__monitor__run_monitor__get_cmdline" [style="solid",  color="#000000"];
        "picosnitch__subprocesses__monitor__run_monitor" -> "picosnitch__subprocesses__monitor__run_monitor__get_fd" [style="dashed",  color="#ffffff00"];
        "picosnitch__subprocesses__monitor__run_monitor" -> "picosnitch__subprocesses__monitor__run_monitor__get_fd" [style="solid",  color="#000000"];
        "picosnitch__subprocesses__monitor__run_monitor" -> "picosnitch__subprocesses__monitor__run_monitor__queue_dns_event" [style="dashed",  color="#ffffff00"];
        "picosnitch__subprocesses__monitor__run_monitor" -> "picosnitch__subprocesses__monitor__run_monitor__queue_dns_event" [style="solid",  color="#000000"];
        "picosnitch__subprocesses__monitor__run_monitor" -> "picosnitch__subprocesses__monitor__run_monitor__queue_exec_event" [style="dashed",  color="#ffffff00"];
        "picosnitch__subprocesses__monitor__run_monitor" -> "picosnitch__subprocesses__monitor__run_monitor__queue_exec_event" [style="solid",  color="#000000"];
        "picosnitch__subprocesses__monitor__run_monitor" -> "picosnitch__subprocesses__monitor__run_monitor__queue_lost" [style="dashed",  color="#ffffff00"];
        "picosnitch__subprocesses__monitor__run_monitor" -> "picosnitch__subprocesses__monitor__run_monitor__queue_lost" [style="solid",  color="#000000"];
        "picosnitch__subprocesses__monitor__run_monitor" -> "picosnitch__subprocesses__monitor__run_monitor__queue_recvv4_event" [style="dashed",  color="#ffffff00"];
        "picosnitch__subprocesses__monitor__run_monitor" -> "picosnitch__subprocesses__monitor__run_monitor__queue_recvv4_event" [style="solid",  color="#000000"];
        "picosnitch__subprocesses__monitor__run_monitor" -> "picosnitch__subprocesses__monitor__run_monitor__queue_recvv6_event" [style="dashed",  color="#ffffff00"];
        "picosnitch__subprocesses__monitor__run_monitor" -> "picosnitch__subprocesses__monitor__run_monitor__queue_recvv6_event" [style="solid",  color="#000000"];
        "picosnitch__subprocesses__monitor__run_monitor" -> "picosnitch__subprocesses__monitor__run_monitor__queue_sendv4_event" [style="dashed",  color="#ffffff00"];
        "picosnitch__subprocesses__monitor__run_monitor" -> "picosnitch__subprocesses__monitor__run_monitor__queue_sendv4_event" [style="solid",  color="#000000"];
        "picosnitch__subprocesses__monitor__run_monitor" -> "picosnitch__subprocesses__monitor__run_monitor__queue_sendv6_event" [style="dashed",  color="#ffffff00"];
        "picosnitch__subprocesses__monitor__run_monitor" -> "picosnitch__subprocesses__monitor__run_monitor__queue_sendv6_event" [style="solid",  color="#000000"];
        "picosnitch__subprocesses__monitor__run_monitor__get_cmdline" -> "picosnitch__bpf_wrapper__BPFObject____enter__" [style="solid",  color="#000000"];
        "picosnitch__subprocesses__monitor__run_monitor__get_cmdline" -> "picosnitch__bpf_wrapper__BPFObject____exit__" [style="solid",  color="#000000"];
        "picosnitch__subprocesses__monitor__run_monitor__get_cmdline" -> "picosnitch__bpf_wrapper__BPF____enter__" [style="solid",  color="#000000"];
        "picosnitch__subprocesses__monitor__run_monitor__get_cmdline" -> "picosnitch__bpf_wrapper__BPF____exit__" [style="solid",  color="#000000"];
        "picosnitch__subprocesses__monitor__run_monitor__get_fd" -> "picosnitch__subprocesses__monitor__run_monitor___find_exe_by_inodeX" [style="solid",  color="#000000"];
        "picosnitch__subprocesses__monitor__run_monitor__get_fd" -> "picosnitch__utils__get_fstat" [style="solid",  color="#000000"];
        "picosnitch__subprocesses__monitor__run_monitor__queue_dns_event" -> "picosnitch__bpf_wrapper__BPF" [style="solid",  color="#000000"];
        "picosnitch__subprocesses__monitor__run_monitor__queue_exec_event" -> "picosnitch__bpf_wrapper__BPF" [style="solid",  color="#000000"];
        "picosnitch__subprocesses__monitor__run_monitor__queue_exec_event" -> "picosnitch__subprocesses__monitor__run_monitor__get_cmdline" [style="solid",  color="#000000"];
        "picosnitch__subprocesses__monitor__run_monitor__queue_exec_event" -> "picosnitch__subprocesses__monitor__run_monitor__get_fd" [style="solid",  color="#000000"];
        "picosnitch__subprocesses__monitor__run_monitor__queue_recvv4_event" -> "picosnitch__bpf_wrapper__BPF" [style="solid",  color="#000000"];
        "picosnitch__subprocesses__monitor__run_monitor__queue_recvv4_event" -> "picosnitch__subprocesses__monitor__run_monitor__get_cmdline" [style="solid",  color="#000000"];
        "picosnitch__subprocesses__monitor__run_monitor__queue_recvv4_event" -> "picosnitch__subprocesses__monitor__run_monitor__get_fd" [style="solid",  color="#000000"];
        "picosnitch__subprocesses__monitor__run_monitor__queue_recvv6_event" -> "picosnitch__bpf_wrapper__BPF" [style="solid",  color="#000000"];
        "picosnitch__subprocesses__monitor__run_monitor__queue_recvv6_event" -> "picosnitch__subprocesses__monitor__run_monitor__get_cmdline" [style="solid",  color="#000000"];
        "picosnitch__subprocesses__monitor__run_monitor__queue_recvv6_event" -> "picosnitch__subprocesses__monitor__run_monitor__get_fd" [style="solid",  color="#000000"];
        "picosnitch__subprocesses__monitor__run_monitor__queue_sendv4_event" -> "picosnitch__bpf_wrapper__BPF" [style="solid",  color="#000000"];
        "picosnitch__subprocesses__monitor__run_monitor__queue_sendv4_event" -> "picosnitch__subprocesses__monitor__run_monitor__get_cmdline" [style="solid",  color="#000000"];
        "picosnitch__subprocesses__monitor__run_monitor__queue_sendv4_event" -> "picosnitch__subprocesses__monitor__run_monitor__get_fd" [style="solid",  color="#000000"];
        "picosnitch__subprocesses__monitor__run_monitor__queue_sendv6_event" -> "picosnitch__bpf_wrapper__BPF" [style="solid",  color="#000000"];
        "picosnitch__subprocesses__monitor__run_monitor__queue_sendv6_event" -> "picosnitch__subprocesses__monitor__run_monitor__get_cmdline" [style="solid",  color="#000000"];
        "picosnitch__subprocesses__monitor__run_monitor__queue_sendv6_event" -> "picosnitch__subprocesses__monitor__run_monitor__get_fd" [style="solid",  color="#000000"];
        "picosnitch__subprocesses__notifications" -> "picosnitch__subprocesses__notifications__run_notifications" [style="dashed",  color="#ffffff00"];
        "picosnitch__subprocesses__notifications__run_notifications" -> "picosnitch__subprocesses__notifications__run_notifications__system_notification" [style="dashed",  color="#ffffff00"];
        "picosnitch__subprocesses__notifications__run_notifications" -> "picosnitch__subprocesses__notifications__run_notifications__system_notification" [style="solid",  color="#000000"];
        "picosnitch__subprocesses__notifications__run_notifications" -> "picosnitch__utils__drop_root_permanent" [style="solid",  color="#000000"];
        "picosnitch__subprocesses__notifications__run_notifications" -> "picosnitch__utils__resolve_group" [style="solid",  color="#000000"];
        "picosnitch__subprocesses__notifications__run_notifications" -> "picosnitch__utils__resolve_owner" [style="solid",  color="#000000"];
        "picosnitch__subprocesses__primary" -> "picosnitch__subprocesses__primary___toast" [style="dashed",  color="#ffffff00"];
        "picosnitch__subprocesses__primary" -> "picosnitch__subprocesses__primary__handle_new_processes" [style="dashed",  color="#ffffff00"];
        "picosnitch__subprocesses__primary" -> "picosnitch__subprocesses__primary__run_primary" [style="dashed",  color="#ffffff00"];
+         "picosnitch__subprocesses__primary" -> "picosnitch__utils__flush_logs" [style="solid",  color="#000000"];
        "picosnitch__subprocesses__primary" -> "picosnitch__utils__save_state" [style="solid",  color="#000000"];
        "picosnitch__subprocesses__primary__handle_new_processes" -> "picosnitch__subprocesses__primary___toast" [style="solid",  color="#000000"];
        "picosnitch__subprocesses__primary__run_primary" -> "picosnitch__subprocesses__primary___toast" [style="solid",  color="#000000"];
        "picosnitch__subprocesses__primary__run_primary" -> "picosnitch__subprocesses__primary__handle_new_processes" [style="solid",  color="#000000"];
+         "picosnitch__subprocesses__primary__run_primary" -> "picosnitch__subprocesses__primary__run_primary___drain_errors" [style="dashed",  color="#ffffff00"];
+         "picosnitch__subprocesses__primary__run_primary" -> "picosnitch__subprocesses__primary__run_primary___drain_errors" [style="solid",  color="#000000"];
        "picosnitch__subprocesses__primary__run_primary" -> "picosnitch__subprocesses__primary__run_primary__event_pipe_thread" [style="dashed",  color="#ffffff00"];
        "picosnitch__subprocesses__primary__run_primary" -> "picosnitch__subprocesses__primary__run_primary__event_pipe_thread" [style="solid",  color="#000000"];
        "picosnitch__subprocesses__primary__run_primary" -> "picosnitch__subprocesses__primary__run_primary__save_state_and_exit" [style="dashed",  color="#ffffff00"];
        "picosnitch__subprocesses__primary__run_primary" -> "picosnitch__subprocesses__primary__run_primary__save_state_and_exit" [style="solid",  color="#000000"];
+         "picosnitch__subprocesses__primary__run_primary" -> "picosnitch__utils__flush_logs" [style="solid",  color="#000000"];
        "picosnitch__subprocesses__primary__run_primary" -> "picosnitch__utils__save_state" [style="solid",  color="#000000"];
-         "picosnitch__subprocesses__primary__run_primary__save_state_and_exit" -> "picosnitch__subprocesses__primary___toast" [style="solid",  color="#000000"];
+         "picosnitch__subprocesses__primary__run_primary___drain_errors" -> "picosnitch__subprocesses__primary___toast" [style="solid",  color="#000000"];
+         "picosnitch__subprocesses__primary__run_primary__save_state_and_exit" -> "picosnitch__subprocesses__primary__run_primary___drain_errors" [style="solid",  color="#000000"];
        "picosnitch__subprocesses__primary__run_primary__save_state_and_exit" -> "picosnitch__utils__save_state" [style="solid",  color="#000000"];
        "picosnitch__subprocesses__secondary" -> "picosnitch__process_manager__ProcessManager" [style="solid",  color="#000000"];
        "picosnitch__subprocesses__secondary" -> "picosnitch__subprocesses__secondary__build_log_entries" [style="dashed",  color="#ffffff00"];
        "picosnitch__subprocesses__secondary" -> "picosnitch__subprocesses__secondary__resolve_hash" [style="dashed",  color="#ffffff00"];
        "picosnitch__subprocesses__secondary" -> "picosnitch__subprocesses__secondary__run_secondary" [style="dashed",  color="#ffffff00"];
        "picosnitch__subprocesses__secondary" -> "picosnitch__utils__get_fanotify_events" [style="solid",  color="#000000"];
        "picosnitch__subprocesses__secondary" -> "picosnitch__utils__get_sha256_fd" [style="solid",  color="#000000"];
        "picosnitch__subprocesses__secondary" -> "picosnitch__utils__get_sha256_fuse" [style="solid",  color="#000000"];
        "picosnitch__subprocesses__secondary" -> "picosnitch__utils__get_sha256_pid" [style="solid",  color="#000000"];
        "picosnitch__subprocesses__secondary" -> "picosnitch__utils__reverse_dns_lookup" [style="solid",  color="#000000"];
        "picosnitch__subprocesses__secondary" -> "picosnitch__utils__sync_vt_results" [style="solid",  color="#000000"];
        "picosnitch__subprocesses__secondary__build_log_entries" -> "picosnitch__process_manager__ProcessManager" [style="solid",  color="#000000"];
        "picosnitch__subprocesses__secondary__build_log_entries" -> "picosnitch__subprocesses__secondary__resolve_hash" [style="solid",  color="#000000"];
        "picosnitch__subprocesses__secondary__build_log_entries" -> "picosnitch__utils__reverse_dns_lookup" [style="solid",  color="#000000"];
        "picosnitch__subprocesses__secondary__resolve_hash" -> "picosnitch__process_manager__ProcessManager" [style="solid",  color="#000000"];
        "picosnitch__subprocesses__secondary__resolve_hash" -> "picosnitch__utils__get_sha256_fd" [style="solid",  color="#000000"];
        "picosnitch__subprocesses__secondary__resolve_hash" -> "picosnitch__utils__get_sha256_fuse" [style="solid",  color="#000000"];
        "picosnitch__subprocesses__secondary__resolve_hash" -> "picosnitch__utils__get_sha256_pid" [style="solid",  color="#000000"];
        "picosnitch__subprocesses__secondary__run_secondary" -> "picosnitch__process_manager__ProcessManager" [style="solid",  color="#000000"];
        "picosnitch__subprocesses__secondary__run_secondary" -> "picosnitch__process_manager__ProcessManager__is_alive" [style="solid",  color="#000000"];
        "picosnitch__subprocesses__secondary__run_secondary" -> "picosnitch__subprocesses__secondary__build_log_entries" [style="solid",  color="#000000"];
        "picosnitch__subprocesses__secondary__run_secondary" -> "picosnitch__subprocesses__secondary__run_secondary__resolve_exe_id" [style="dashed",  color="#ffffff00"];
        "picosnitch__subprocesses__secondary__run_secondary" -> "picosnitch__subprocesses__secondary__run_secondary__resolve_exe_id" [style="solid",  color="#000000"];
        "picosnitch__subprocesses__secondary__run_secondary" -> "picosnitch__utils__get_fanotify_events" [style="solid",  color="#000000"];
        "picosnitch__subprocesses__secondary__run_secondary" -> "picosnitch__utils__sync_vt_results" [style="solid",  color="#000000"];
        "picosnitch__subprocesses__virustotal" -> "picosnitch__subprocesses__virustotal__run_virustotal" [style="dashed",  color="#ffffff00"];
        "picosnitch__subprocesses__virustotal" -> "picosnitch__utils__get_fstat" [style="solid",  color="#000000"];
        "picosnitch__subprocesses__virustotal__run_virustotal" -> "picosnitch__subprocesses__virustotal__run_virustotal__get_analysis" [style="dashed",  color="#ffffff00"];
        "picosnitch__subprocesses__virustotal__run_virustotal" -> "picosnitch__subprocesses__virustotal__run_virustotal__get_analysis" [style="solid",  color="#000000"];
        "picosnitch__subprocesses__virustotal__run_virustotal" -> "picosnitch__utils__drop_root_permanent" [style="solid",  color="#000000"];
        "picosnitch__subprocesses__virustotal__run_virustotal" -> "picosnitch__utils__get_fstat" [style="solid",  color="#000000"];
        "picosnitch__subprocesses__virustotal__run_virustotal" -> "picosnitch__utils__resolve_group" [style="solid",  color="#000000"];
        "picosnitch__subprocesses__virustotal__run_virustotal" -> "picosnitch__utils__resolve_owner" [style="solid",  color="#000000"];
        "picosnitch__utils" -> "picosnitch__utils__apply_data_permissions" [style="dashed",  color="#ffffff00"];
        "picosnitch__utils" -> "picosnitch__utils__drop_root_permanent" [style="dashed",  color="#ffffff00"];
+         "picosnitch__utils" -> "picosnitch__utils__flush_logs" [style="dashed",  color="#ffffff00"];
        "picosnitch__utils" -> "picosnitch__utils__get_fanotify_events" [style="dashed",  color="#ffffff00"];
        "picosnitch__utils" -> "picosnitch__utils__get_fstat" [style="dashed",  color="#ffffff00"];
        "picosnitch__utils" -> "picosnitch__utils__get_sha256_fd" [style="dashed",  color="#ffffff00"];
        "picosnitch__utils" -> "picosnitch__utils__get_sha256_fuse" [style="dashed",  color="#ffffff00"];
        "picosnitch__utils" -> "picosnitch__utils__get_sha256_pid" [style="dashed",  color="#ffffff00"];
        "picosnitch__utils" -> "picosnitch__utils__load_state" [style="dashed",  color="#ffffff00"];
        "picosnitch__utils" -> "picosnitch__utils__resolve_group" [style="dashed",  color="#ffffff00"];
        "picosnitch__utils" -> "picosnitch__utils__resolve_owner" [style="dashed",  color="#ffffff00"];
        "picosnitch__utils" -> "picosnitch__utils__reverse_dns_lookup" [style="dashed",  color="#ffffff00"];
+         "picosnitch__utils" -> "picosnitch__utils__sanitize_log_line" [style="dashed",  color="#ffffff00"];
        "picosnitch__utils" -> "picosnitch__utils__save_state" [style="dashed",  color="#ffffff00"];
        "picosnitch__utils" -> "picosnitch__utils__sync_vt_results" [style="dashed",  color="#ffffff00"];
        "picosnitch__utils__apply_data_permissions" -> "picosnitch__utils__resolve_group" [style="solid",  color="#000000"];
        "picosnitch__utils__apply_data_permissions" -> "picosnitch__utils__resolve_owner" [style="solid",  color="#000000"];
+         "picosnitch__utils__flush_logs" -> "picosnitch__utils__sanitize_log_line" [style="solid",  color="#000000"];
        "picosnitch__utils__get_fanotify_events" -> "picosnitch__utils__get_fstat" [style="solid",  color="#000000"];
        "picosnitch__utils__get_sha256_fd" -> "picosnitch__utils__get_fstat" [style="solid",  color="#000000"];
        "picosnitch__utils__get_sha256_pid" -> "picosnitch__utils__get_fstat" [style="solid",  color="#000000"];
+         "picosnitch__utils__save_state" -> "picosnitch__utils__flush_logs" [style="solid",  color="#000000"];
    }
